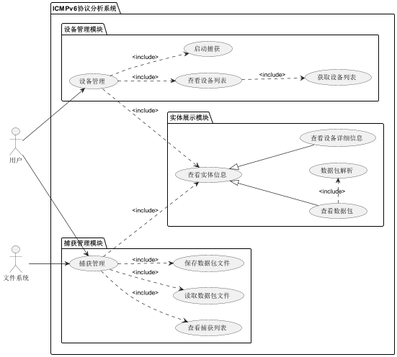
Above: Icmpv6/doc/img/SystemUseCase.png in Baymax104/icmpv6-parser (PlantUML), before the change. The source it was exported from:
```plantuml
@startuml

skinparam dpi 200
left to right direction

actor 用户 as User
actor 文件系统 as File

package ICMPv6协议分析系统 {

    package 设备管理模块 {
        usecase 设备管理 as device
        usecase 查看设备列表
        usecase 获取设备列表
        usecase 启动捕获
    }

    package 捕获管理模块 {
        usecase 捕获管理 as capture
        usecase 查看捕获列表
        usecase 读取数据包文件
        usecase 保存数据包文件
    }

    package 实体展示模块 {
        usecase 查看实体信息
        usecase 查看设备详细信息
        usecase 查看数据包
        usecase 数据包解析
    }
}

User --> device
User --> capture
File --> capture

device ..> 查看设备列表 :<include>
device ..> 查看实体信息 :<include>
device ..> 启动捕获 :<include>
查看设备列表 ..> 获取设备列表 :<include>

capture ..> 查看捕获列表 :<include>
capture ..> 查看实体信息 :<include>
capture ..> 读取数据包文件 :<include>
capture ..> 保存数据包文件 :<include>
查看数据包 .right.> 数据包解析 :<include>

查看设备详细信息 -up-|> 查看实体信息
查看数据包 -up-|> 查看实体信息

@enduml
```
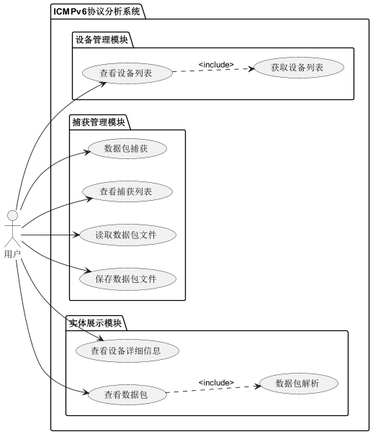
The same file after the commit.

Change to the diagram source:
```diff
@@ -1,51 +1,41 @@
 @startuml
 
-skinparam dpi 200
+skinparam dpi 400
 left to right direction
 
 actor 用户 as User
-actor 文件系统 as File
 
 package ICMPv6协议分析系统 {
 
     package 设备管理模块 {
-        usecase 设备管理 as device
         usecase 查看设备列表
         usecase 获取设备列表
-        usecase 启动捕获
     }
 
     package 捕获管理模块 {
-        usecase 捕获管理 as capture
+        usecase 数据包捕获
         usecase 查看捕获列表
         usecase 读取数据包文件
         usecase 保存数据包文件
     }
 
     package 实体展示模块 {
-        usecase 查看实体信息
         usecase 查看设备详细信息
         usecase 查看数据包
         usecase 数据包解析
     }
 }
 
-User --> device
-User --> capture
-File --> capture
+User --> 查看设备列表
+User --> 数据包捕获
+查看设备列表 ..> 获取设备列表: <include>
 
-device ..> 查看设备列表 :<include>
-device ..> 查看实体信息 :<include>
-device ..> 启动捕获 :<include>
-查看设备列表 ..> 获取设备列表 :<include>
+User --> 查看捕获列表
+User --> 读取数据包文件
+User --> 保存数据包文件
+查看数据包 ..> 数据包解析 :<include>
 
-capture ..> 查看捕获列表 :<include>
-capture ..> 查看实体信息 :<include>
-capture ..> 读取数据包文件 :<include>
-capture ..> 保存数据包文件 :<include>
-查看数据包 .right.> 数据包解析 :<include>
-
-查看设备详细信息 -up-|> 查看实体信息
-查看数据包 -up-|> 查看实体信息
+User --> 查看设备详细信息
+User --> 查看数据包
 
 @enduml
```
